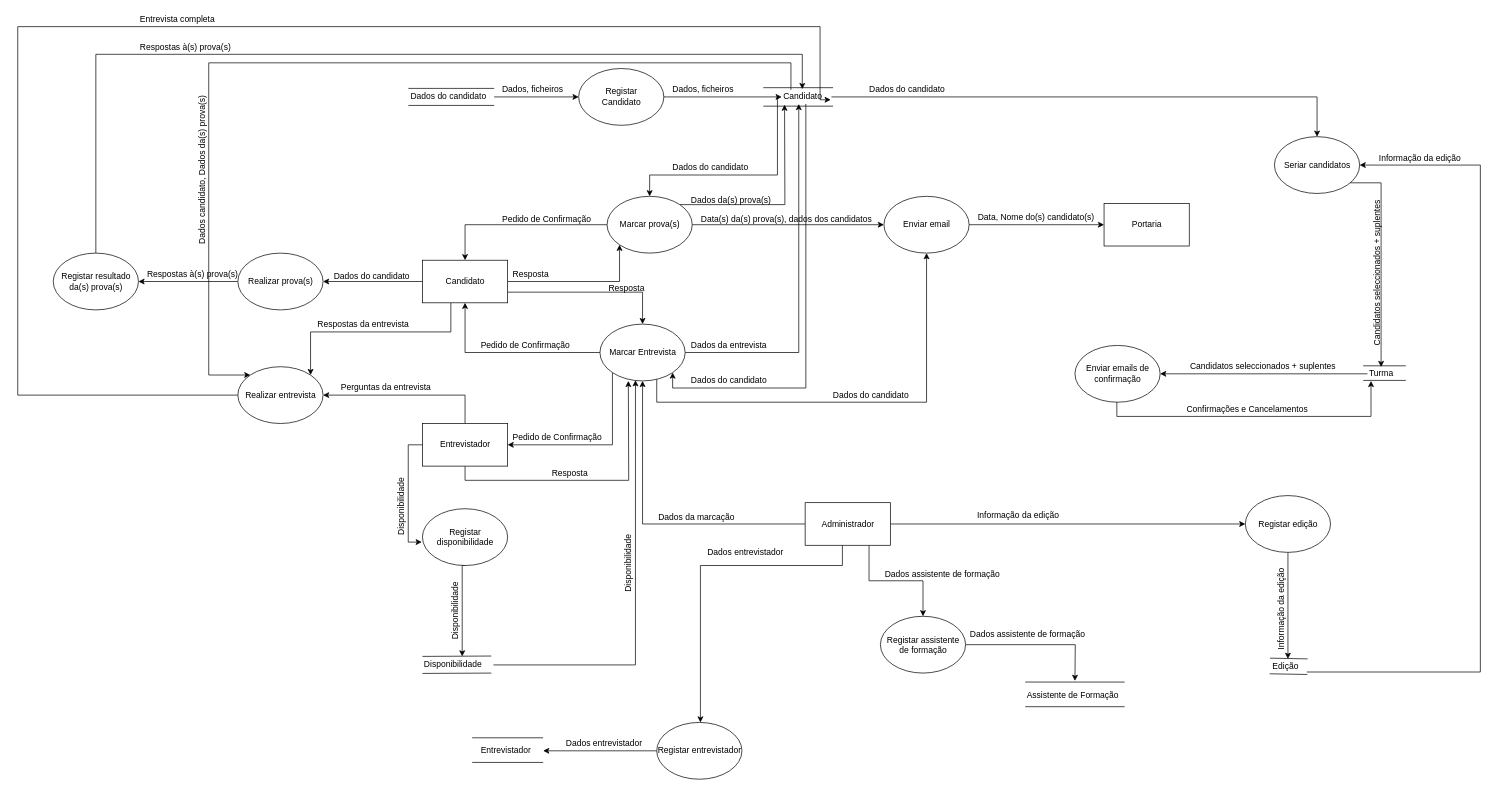
Before: Docs/DFD.drawio in blestonbandeira/grs, a draw.io diagram. Source tidied: cells renumbered, new cells numbered last; positions are measured from the earlier drawing's top-left corner, leaving out a move shared by most shapes. Both pictures are drawn from the tidied source at 71%, with x=0, y=0 at pixel (18, 12).
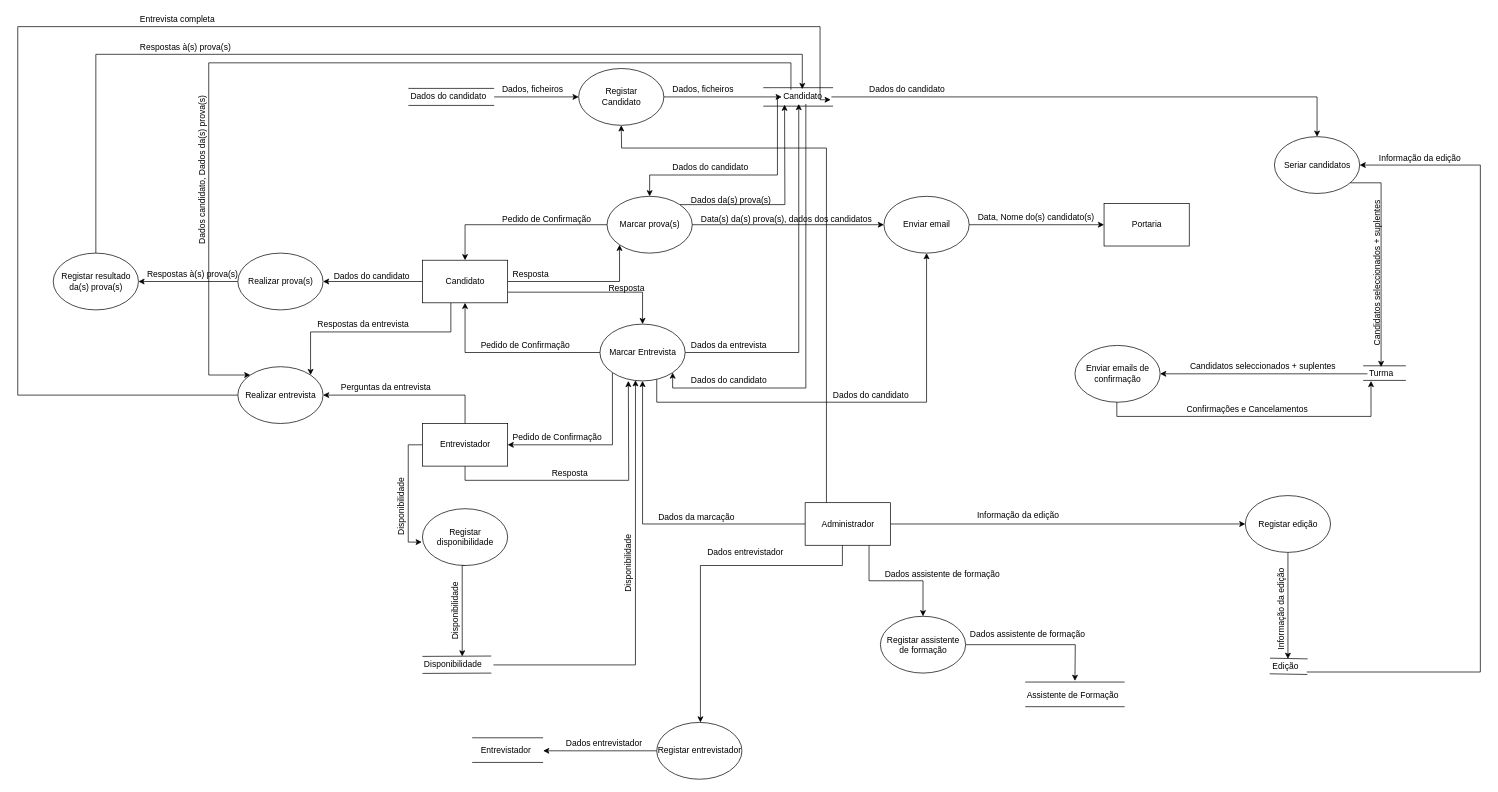
The same diagram, later.

Unchanged cells that the change refers to:
```xml
<mxCell id="4" value="Registar &lt;br&gt;Candidato" style="ellipse;whiteSpace=wrap;html=1;" parent="1" vertex="1">
  <mxGeometry x="789.5" y="79" width="120" height="80" as="geometry" />
</mxCell>
<mxCell id="74" value="Administrador" style="rounded=0;whiteSpace=wrap;html=1;" parent="1" vertex="1">
  <mxGeometry x="1108.5" y="690.5" width="120" height="60" as="geometry" />
</mxCell>
```

What changed in the source:
```diff
@@
+    <mxCell id="108" style="edgeStyle=orthogonalEdgeStyle;rounded=0;jettySize=auto;html=1;exitX=0.25;exitY=0;exitDx=0;exitDy=0;" parent="1" edge="1" source="74" target="4">
+      <mxGeometry relative="1" as="geometry">
+        <Array as="points">
+          <mxPoint x="1139" y="191" />
+          <mxPoint x="850" y="191" />
+        </Array>
+      </mxGeometry>
+    </mxCell>
```
